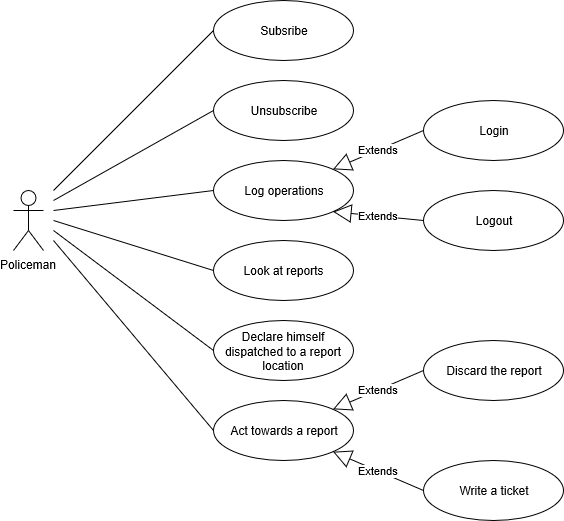
Above: RASD/Images/UseCaseDiagram-Policeman.png in fafrullo2/PanzeriPeruginiPipita (draw.io), before the change. Source tidied: cells renumbered, new cells last; positions are measured from the earlier drawing's top-left corner, leaving out a move shared by most shapes.
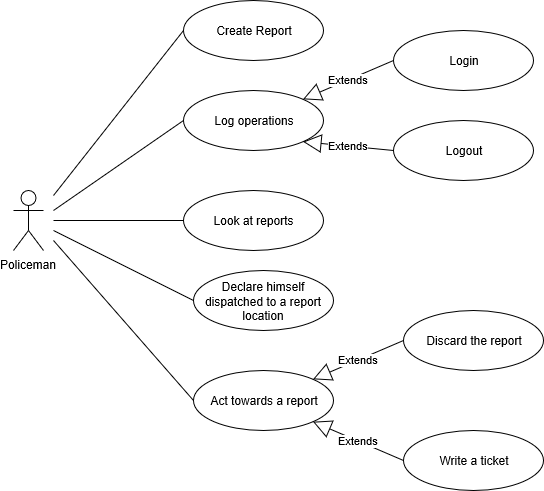
The same file after the commit.

Change to the diagram source:
```diff
@@ -6,39 +6,23 @@
       <mxGeometry y="190" width="30" height="60" as="geometry" />
     </mxCell>
     <mxCell id="3" value="Write a ticket" style="ellipse;whiteSpace=wrap;html=1;" parent="1" vertex="1">
-      <mxGeometry x="410" y="460" width="140" height="60" as="geometry" />
+      <mxGeometry x="390" y="430" width="140" height="60" as="geometry" />
     </mxCell>
     <mxCell id="4" value="Act towards a report" style="ellipse;whiteSpace=wrap;html=1;" parent="1" vertex="1">
-      <mxGeometry x="200" y="400" width="140" height="60" as="geometry" />
+      <mxGeometry x="180" y="370" width="140" height="60" as="geometry" />
     </mxCell>
     <mxCell id="5" value="Declare himself dispatched to a report&lt;br&gt;location" style="ellipse;whiteSpace=wrap;html=1;" parent="1" vertex="1">
-      <mxGeometry x="200" y="320" width="140" height="60" as="geometry" />
+      <mxGeometry x="180" y="270" width="140" height="60" as="geometry" />
     </mxCell>
     <mxCell id="6" value="Look at reports" style="ellipse;whiteSpace=wrap;html=1;" parent="1" vertex="1">
-      <mxGeometry x="200" y="240" width="140" height="60" as="geometry" />
+      <mxGeometry x="170" y="190" width="140" height="60" as="geometry" />
     </mxCell>
     <mxCell id="7" value="Log operations" style="ellipse;whiteSpace=wrap;html=1;" parent="1" vertex="1">
-      <mxGeometry x="200" y="160" width="140" height="60" as="geometry" />
+      <mxGeometry x="170" y="90" width="140" height="60" as="geometry" />
     </mxCell>
-    <mxCell id="8" value="Unsubscribe" style="ellipse;whiteSpace=wrap;html=1;" parent="1" vertex="1">
-      <mxGeometry x="200" y="80" width="140" height="60" as="geometry" />
-    </mxCell>
-    <mxCell id="9" value="Subsribe" style="ellipse;whiteSpace=wrap;html=1;" parent="1" vertex="1">
-      <mxGeometry x="200" width="140" height="60" as="geometry" />
-    </mxCell>
     <mxCell id="10" value="Discard the report" style="ellipse;whiteSpace=wrap;html=1;" parent="1" vertex="1">
-      <mxGeometry x="410" y="340" width="140" height="60" as="geometry" />
+      <mxGeometry x="390" y="310" width="140" height="60" as="geometry" />
     </mxCell>
-    <mxCell id="11" style="endArrow=none;html=1;entryX=0;entryY=0.5;entryDx=0;entryDy=0;" parent="1" edge="1" target="9">
-      <mxGeometry relative="1" as="geometry">
-        <mxPoint x="40" y="190" as="sourcePoint" />
-      </mxGeometry>
-    </mxCell>
-    <mxCell id="12" style="endArrow=none;html=1;entryX=0;entryY=0.5;entryDx=0;entryDy=0;" parent="1" edge="1" target="8">
-      <mxGeometry relative="1" as="geometry">
-        <mxPoint x="40" y="200" as="sourcePoint" />
-      </mxGeometry>
-    </mxCell>
     <mxCell id="13" style="endArrow=none;html=1;entryX=0;entryY=0.5;entryDx=0;entryDy=0;" parent="1" edge="1" target="7">
       <mxGeometry relative="1" as="geometry">
         <mxPoint x="40" y="210" as="sourcePoint" />
@@ -66,16 +50,26 @@
       <mxGeometry relative="1" as="geometry" />
     </mxCell>
     <mxCell id="19" value="Logout" style="ellipse;whiteSpace=wrap;html=1;" parent="1" vertex="1">
-      <mxGeometry x="410" y="190" width="140" height="60" as="geometry" />
+      <mxGeometry x="380" y="120" width="140" height="60" as="geometry" />
     </mxCell>
     <mxCell id="20" value="Login" style="ellipse;whiteSpace=wrap;html=1;" parent="1" vertex="1">
-      <mxGeometry x="410" y="100" width="140" height="60" as="geometry" />
+      <mxGeometry x="380" y="30" width="140" height="60" as="geometry" />
     </mxCell>
     <mxCell id="21" value="Extends" style="endArrow=block;endSize=16;endFill=0;html=1;exitX=0;exitY=0.5;exitDx=0;exitDy=0;entryX=1;entryY=0;entryDx=0;entryDy=0;" parent="1" edge="1" source="20" target="7">
       <mxGeometry relative="1" as="geometry" />
     </mxCell>
-    <mxCell id="22" value="Extends" style="endArrow=block;endSize=16;endFill=0;html=1;exitX=0;exitY=0.5;exitDx=0;exitDy=0;entryX=1;entryY=1;entryDx=0;entryDy=0;" parent="1" edge="1" source="19" target="7">
-      <mxGeometry relative="1" as="geometry" />
+    <mxCell id="22" value="Extends" style="endArrow=block;endSize=16;endFill=0;html=1;exitX=0;exitY=0.5;exitDx=0;exitDy=0;entryX=1;entryY=1;entryDx=0;entryDy=0;" parent="1" edge="1" target="7">
+      <mxGeometry relative="1" as="geometry">
+        <mxPoint x="380" y="150" as="sourcePoint" />
+      </mxGeometry>
     </mxCell>
+    <mxCell id="23" value="Create Report" style="ellipse;whiteSpace=wrap;html=1;" parent="1" vertex="1">
+      <mxGeometry x="170" width="140" height="60" as="geometry" />
+    </mxCell>
+    <mxCell id="24" style="endArrow=none;html=1;entryX=0;entryY=0.5;entryDx=0;entryDy=0;" parent="1" edge="1" target="23">
+      <mxGeometry relative="1" as="geometry">
+        <mxPoint x="40" y="195" as="sourcePoint" />
+      </mxGeometry>
+    </mxCell>
   </root>
 </mxGraphModel>
```
